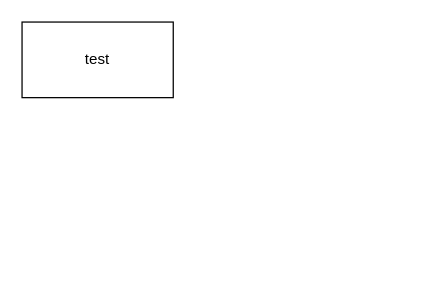
Above: test-insert.drawio in alderg/sandbox (draw.io), before the change. Source tidied: cells renumbered, new cells numbered last; positions are measured from the earlier drawing's top-left corner, leaving out a move shared by most shapes. Both pictures are drawn from the tidied source at 126%, with x=0, y=0 at pixel (21, 21).
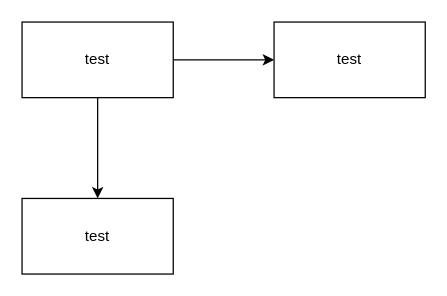
After the change.

Diff of the diagram source:
```diff
@@
 <mxGraphModel>
   <root>
     <mxCell id="0" />
     <mxCell id="1" parent="0" />
+    <mxCell id="3" style="edgeStyle=orthogonalEdgeStyle;rounded=0;jettySize=auto;html=1;" parent="1" edge="1" source="2" target="5">
+      <mxGeometry relative="1" as="geometry" />
+    </mxCell>
+    <mxCell id="4" style="edgeStyle=orthogonalEdgeStyle;rounded=0;jettySize=auto;html=1;" parent="1" edge="1" source="2" target="6">
+      <mxGeometry relative="1" as="geometry" />
+    </mxCell>
     <mxCell id="2" value="test" style="rounded=0;whiteSpace=wrap;html=1;" parent="1" vertex="1">
       <mxGeometry width="120" height="60" as="geometry" />
     </mxCell>
+    <mxCell id="5" value="test" style="rounded=0;whiteSpace=wrap;html=1;" parent="1" vertex="1">
+      <mxGeometry y="140" width="120" height="60" as="geometry" />
+    </mxCell>
+    <mxCell id="6" value="test" style="rounded=0;whiteSpace=wrap;html=1;" parent="1" vertex="1">
+      <mxGeometry x="200" width="120" height="60" as="geometry" />
+    </mxCell>
   </root>
 </mxGraphModel>
```
